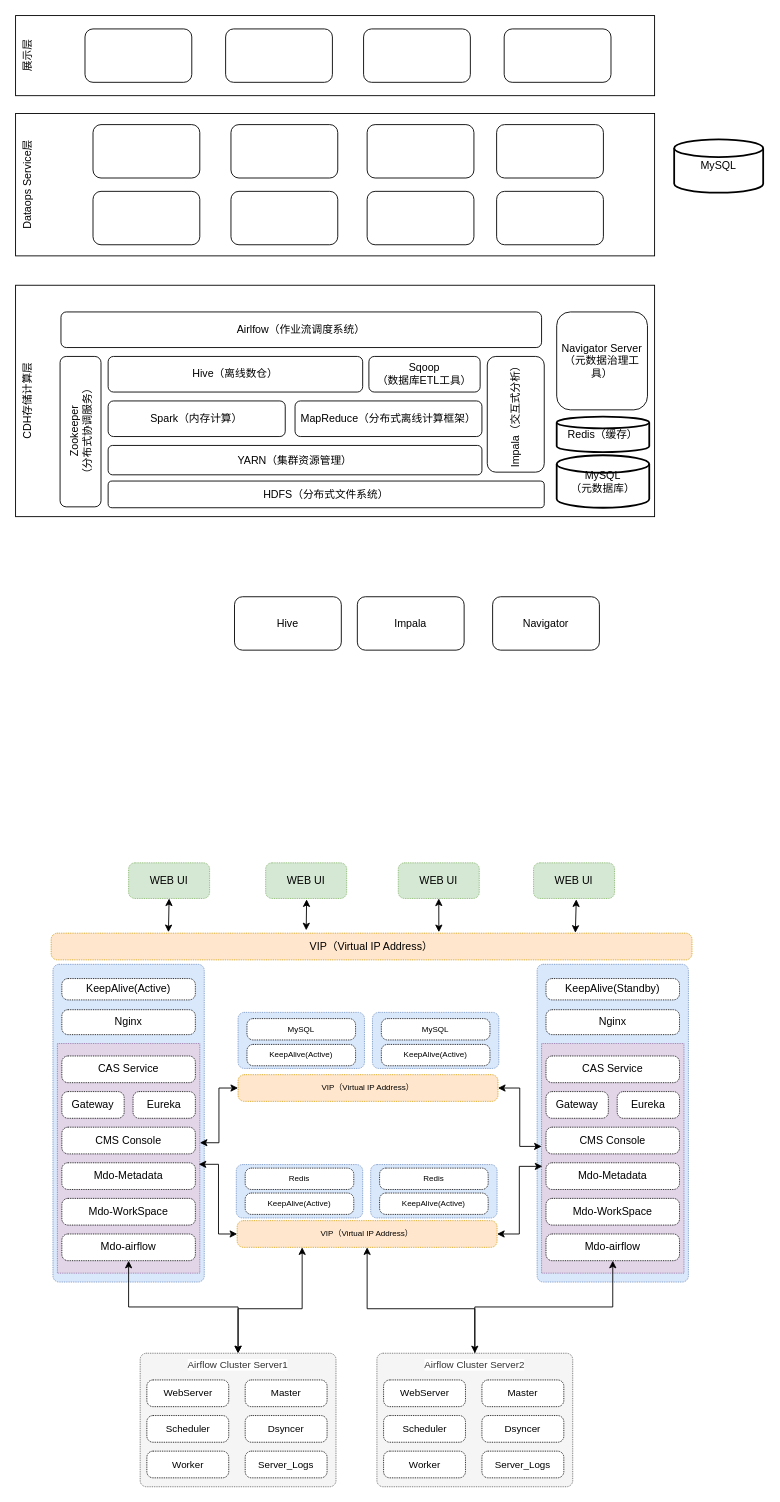
This is Untitled Diagram.drawio from fayson/cdh-autouninstall, a draw.io file, before an edit. Source tidied: cells renumbered, new cells numbered last; positions are measured from the earlier drawing's top-left corner, leaving out a move shared by most shapes. Both pictures are drawn from the tidied source at 89%, with x=0, y=0 at pixel (15, 15).
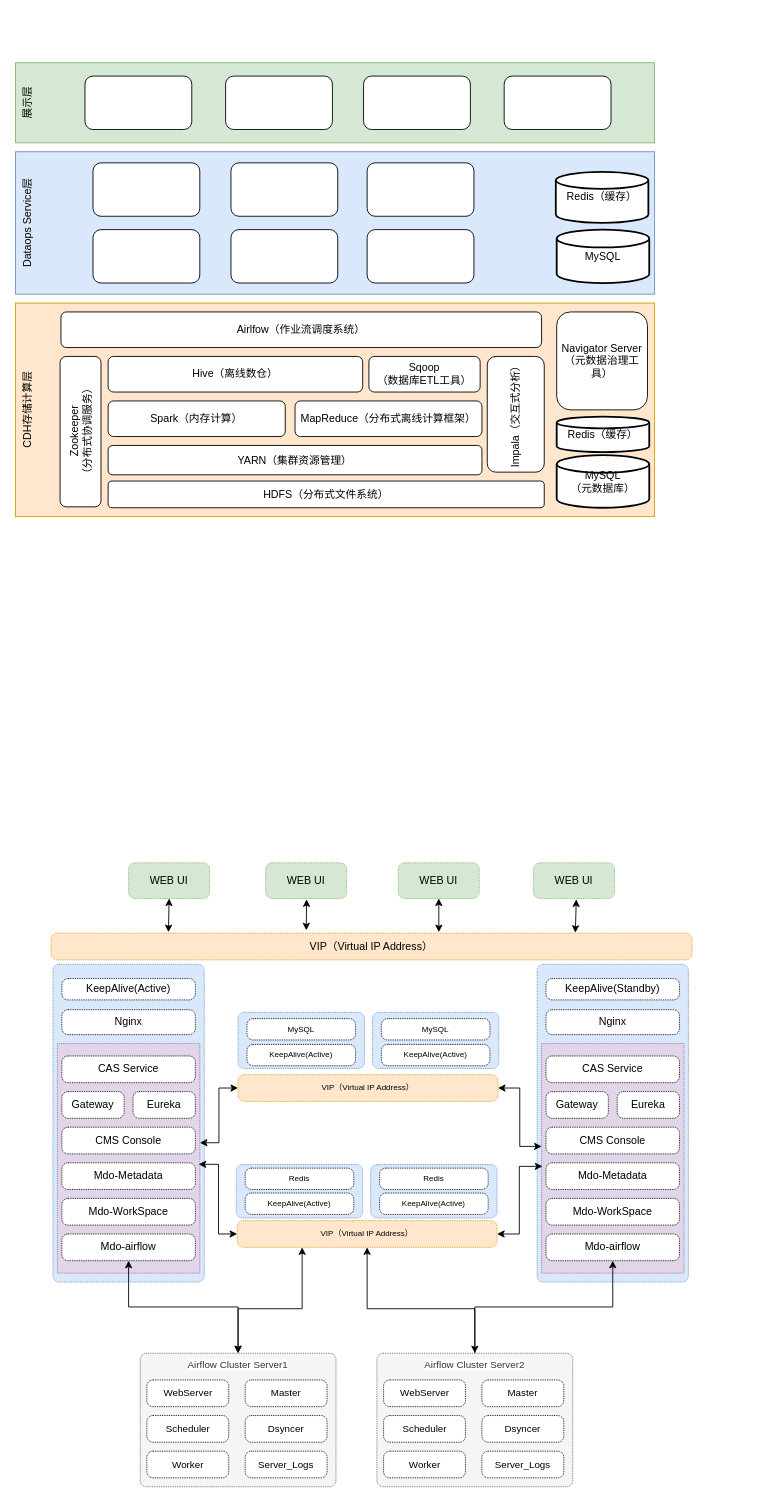
Above is the later version.

What changed in the source:
```diff
@@
-    <mxCell id="69" value="Dataops Service层" style="rounded=0;whiteSpace=wrap;html=1;align=center;horizontal=0;verticalAlign=top;" parent="1" vertex="1">
-      <mxGeometry y="110" width="718" height="160" as="geometry" />
+    <mxCell id="69" value="Dataops Service层" style="rounded=0;whiteSpace=wrap;html=1;align=center;horizontal=0;verticalAlign=top;fillColor=#dae8fc;strokeColor=#6c8ebf;" parent="1" vertex="1">
+      <mxGeometry y="153" width="718" height="160" as="geometry" />
     </mxCell>
-    <mxCell id="70" value="CDH存储计算层" style="rounded=0;whiteSpace=wrap;html=1;align=center;horizontal=0;verticalAlign=top;" parent="1" vertex="1">
-      <mxGeometry y="303" width="718" height="260" as="geometry" />
+    <mxCell id="70" value="CDH存储计算层" style="rounded=0;whiteSpace=wrap;html=1;align=center;horizontal=0;verticalAlign=top;fillColor=#ffe6cc;strokeColor=#d79b00;" parent="1" vertex="1">
+      <mxGeometry y="323" width="718" height="240" as="geometry" />
     </mxCell>
@@
-    <mxCell id="72" value="展示层" style="rounded=0;whiteSpace=wrap;html=1;align=center;horizontal=0;verticalAlign=top;" parent="1" vertex="1">
-      <mxGeometry width="718" height="90" as="geometry" />
+    <mxCell id="72" value="展示层" style="rounded=0;whiteSpace=wrap;html=1;align=center;horizontal=0;verticalAlign=top;fillColor=#d5e8d4;strokeColor=#82b366;" parent="1" vertex="1">
+      <mxGeometry y="53" width="718" height="90" as="geometry" />
     </mxCell>
     <mxCell id="73" value="MySQL" style="strokeWidth=2;html=1;shape=mxgraph.flowchart.database;whiteSpace=wrap;" parent="1" vertex="1">
-      <mxGeometry x="740" y="139" width="100" height="60" as="geometry" />
+      <mxGeometry x="608" y="240.5" width="104" height="60" as="geometry" />
     </mxCell>
@@
     <mxCell id="75" style="rounded=1;whiteSpace=wrap;html=1;" parent="1" vertex="1">
-      <mxGeometry x="87" y="122.5" width="120" height="60" as="geometry" />
+      <mxGeometry x="87" y="165.5" width="120" height="60" as="geometry" />
     </mxCell>
     <mxCell id="76" style="rounded=1;whiteSpace=wrap;html=1;" parent="1" vertex="1">
-      <mxGeometry x="242" y="122.5" width="120" height="60" as="geometry" />
+      <mxGeometry x="242" y="165.5" width="120" height="60" as="geometry" />
     </mxCell>
     <mxCell id="77" style="rounded=1;whiteSpace=wrap;html=1;" parent="1" vertex="1">
-      <mxGeometry x="395" y="122.5" width="120" height="60" as="geometry" />
+      <mxGeometry x="395" y="165.5" width="120" height="60" as="geometry" />
     </mxCell>
-    <mxCell id="78" style="rounded=1;whiteSpace=wrap;html=1;" parent="1" vertex="1">
-      <mxGeometry x="540.5" y="122.5" width="120" height="60" as="geometry" />
-    </mxCell>
     <mxCell id="79" style="rounded=1;whiteSpace=wrap;html=1;" parent="1" vertex="1">
-      <mxGeometry x="87" y="197.5" width="120" height="60" as="geometry" />
+      <mxGeometry x="87" y="240.5" width="120" height="60" as="geometry" />
     </mxCell>
     <mxCell id="80" style="rounded=1;whiteSpace=wrap;html=1;" parent="1" vertex="1">
-      <mxGeometry x="242" y="197.5" width="120" height="60" as="geometry" />
+      <mxGeometry x="242" y="240.5" width="120" height="60" as="geometry" />
     </mxCell>
     <mxCell id="81" style="rounded=1;whiteSpace=wrap;html=1;" parent="1" vertex="1">
-      <mxGeometry x="395" y="197.5" width="120" height="60" as="geometry" />
+      <mxGeometry x="395" y="240.5" width="120" height="60" as="geometry" />
     </mxCell>
-    <mxCell id="82" style="rounded=1;whiteSpace=wrap;html=1;" parent="1" vertex="1">
-      <mxGeometry x="540.5" y="197.5" width="120" height="60" as="geometry" />
-    </mxCell>
     <mxCell id="83" style="rounded=1;whiteSpace=wrap;html=1;" parent="1" vertex="1">
-      <mxGeometry x="78" y="15" width="120" height="60" as="geometry" />
+      <mxGeometry x="78" y="68" width="120" height="60" as="geometry" />
     </mxCell>
     <mxCell id="84" style="rounded=1;whiteSpace=wrap;html=1;" parent="1" vertex="1">
-      <mxGeometry x="236" y="15" width="120" height="60" as="geometry" />
+      <mxGeometry x="236" y="68" width="120" height="60" as="geometry" />
     </mxCell>
     <mxCell id="85" style="rounded=1;whiteSpace=wrap;html=1;" parent="1" vertex="1">
-      <mxGeometry x="391" y="15" width="120" height="60" as="geometry" />
+      <mxGeometry x="391" y="68" width="120" height="60" as="geometry" />
     </mxCell>
     <mxCell id="86" style="rounded=1;whiteSpace=wrap;html=1;" parent="1" vertex="1">
-      <mxGeometry x="549" y="15" width="120" height="60" as="geometry" />
+      <mxGeometry x="549" y="68" width="120" height="60" as="geometry" />
     </mxCell>
@@
-    <mxCell id="88" value="Hive" style="rounded=1;whiteSpace=wrap;html=1;" parent="1" vertex="1">
-      <mxGeometry x="246" y="653" width="120" height="60" as="geometry" />
-    </mxCell>
-    <mxCell id="89" value="Impala" style="rounded=1;whiteSpace=wrap;html=1;" parent="1" vertex="1">
-      <mxGeometry x="384" y="653" width="120" height="60" as="geometry" />
-    </mxCell>
@@
-    <mxCell id="91" value="Navigator" style="rounded=1;whiteSpace=wrap;html=1;" parent="1" vertex="1">
-      <mxGeometry x="536" y="653" width="120" height="60" as="geometry" />
-    </mxCell>
@@
+    <mxCell id="100" value="Redis（缓存）" style="strokeWidth=2;html=1;shape=mxgraph.flowchart.database;whiteSpace=wrap;" parent="1" vertex="1">
+      <mxGeometry x="607" y="175.5" width="104" height="57.5" as="geometry" />
+    </mxCell>
```
